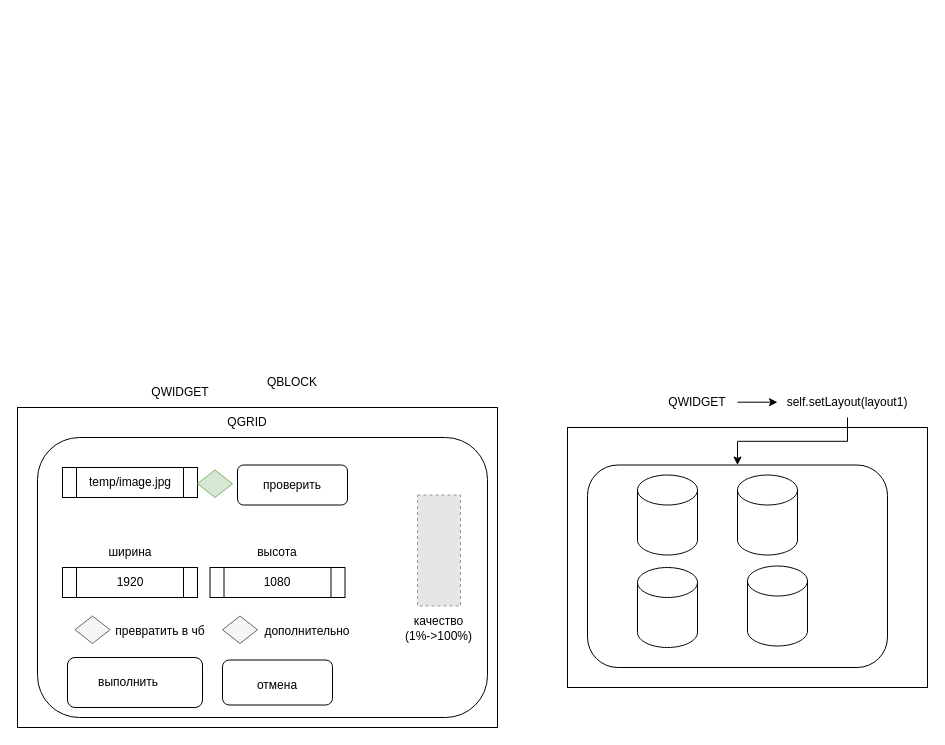
Above: projects/3/image_analyse.drawio in bogdandrienko/PyE-221-1 (draw.io), before the change. Source tidied: cells renumbered, new cells numbered last; positions are measured from the earlier drawing's top-left corner, leaving out a move shared by most shapes. Both pictures are drawn from the tidied source at 100%, with x=0, y=0 at pixel (17, 367). Pictures stored in the file or linked from it are replaced by grey dashed boxes.
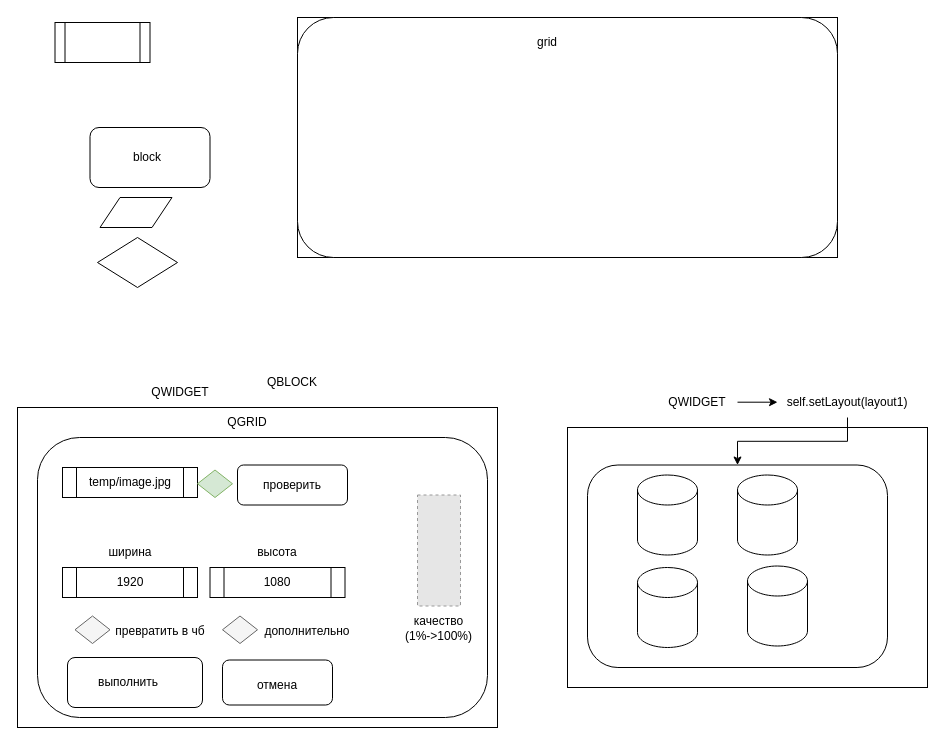
Above is the later version.

Change to the diagram source:
```diff
@@
+    <mxCell id="38" style="rounded=0;whiteSpace=wrap;html=1;" parent="1" vertex="1">
+      <mxGeometry x="280" y="-350" width="540" height="240" as="geometry" />
+    </mxCell>
+    <mxCell id="39" style="rounded=1;whiteSpace=wrap;html=1;" parent="1" vertex="1">
+      <mxGeometry x="280" y="-350" width="540" height="240" as="geometry" />
+    </mxCell>
+    <mxCell id="40" style="rounded=1;whiteSpace=wrap;html=1;" parent="1" vertex="1">
+      <mxGeometry x="72.5" y="-240" width="120" height="60" as="geometry" />
+    </mxCell>
+    <mxCell id="41" value="grid" style="text;html=1;strokeColor=none;fillColor=none;align=center;verticalAlign=middle;whiteSpace=wrap;rounded=0;" parent="1" vertex="1">
+      <mxGeometry x="500" y="-340" width="60" height="30" as="geometry" />
+    </mxCell>
+    <mxCell id="42" value="block" style="text;html=1;strokeColor=none;fillColor=none;align=center;verticalAlign=middle;whiteSpace=wrap;rounded=0;" parent="1" vertex="1">
+      <mxGeometry x="100" y="-225" width="60" height="30" as="geometry" />
+    </mxCell>
+    <mxCell id="43" style="shape=process;whiteSpace=wrap;html=1;backgroundOutline=1;" parent="1" vertex="1">
+      <mxGeometry x="37.5" y="-345" width="95" height="40" as="geometry" />
+    </mxCell>
+    <mxCell id="44" style="shape=parallelogram;perimeter=parallelogramPerimeter;whiteSpace=wrap;html=1;fixedSize=1;" parent="1" vertex="1">
+      <mxGeometry x="82.5" y="-170" width="72" height="30" as="geometry" />
+    </mxCell>
+    <mxCell id="45" style="rhombus;whiteSpace=wrap;html=1;" parent="1" vertex="1">
+      <mxGeometry x="80" y="-130" width="80" height="50" as="geometry" />
+    </mxCell>
```
